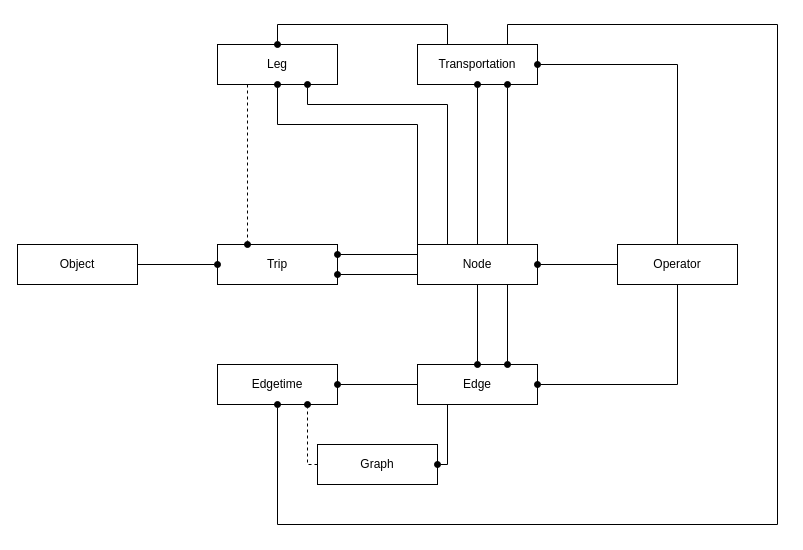
Before: page "class_node" (1 of 2) of traiire/images/data_structure.drawio in MaaSTechJapan/seemaas-docs, a draw.io diagram. Source tidied: cells renumbered, new cells numbered last; positions are measured from the earlier drawing's top-left corner, leaving out a move shared by most shapes. Both pictures are drawn from the tidied source at 100%, with x=0, y=0 at pixel (17, 24).
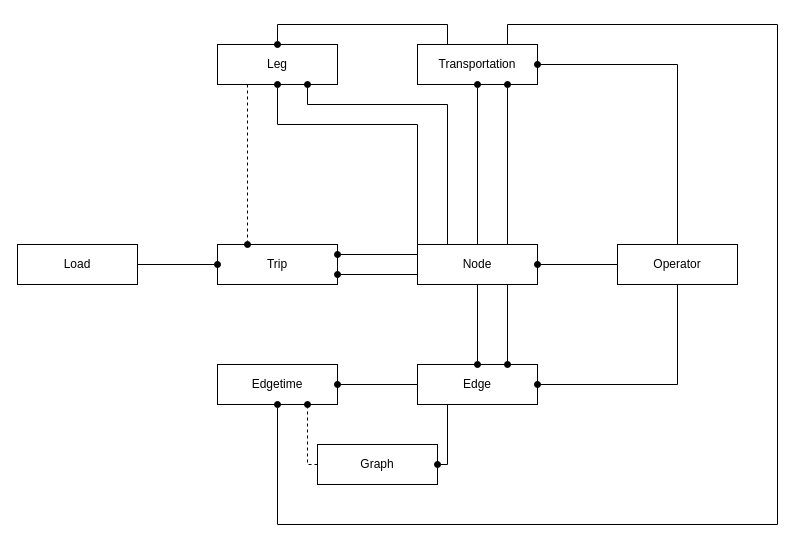
Above is the later version.

What changed in the source:
```diff
@@
-    <mxCell id="26" value="&lt;font color=&quot;#000000&quot;&gt;Object&lt;/font&gt;" style="rounded=0;whiteSpace=wrap;html=1;shadow=0;fillColor=none;strokeColor=#000000;" parent="1" vertex="1">
+    <mxCell id="26" value="&lt;font color=&quot;#000000&quot;&gt;Load&lt;/font&gt;" style="rounded=0;whiteSpace=wrap;html=1;shadow=0;fillColor=none;strokeColor=#000000;" parent="1" vertex="1">
       <mxGeometry y="220" width="120" height="40" as="geometry" />
     </mxCell>
```
